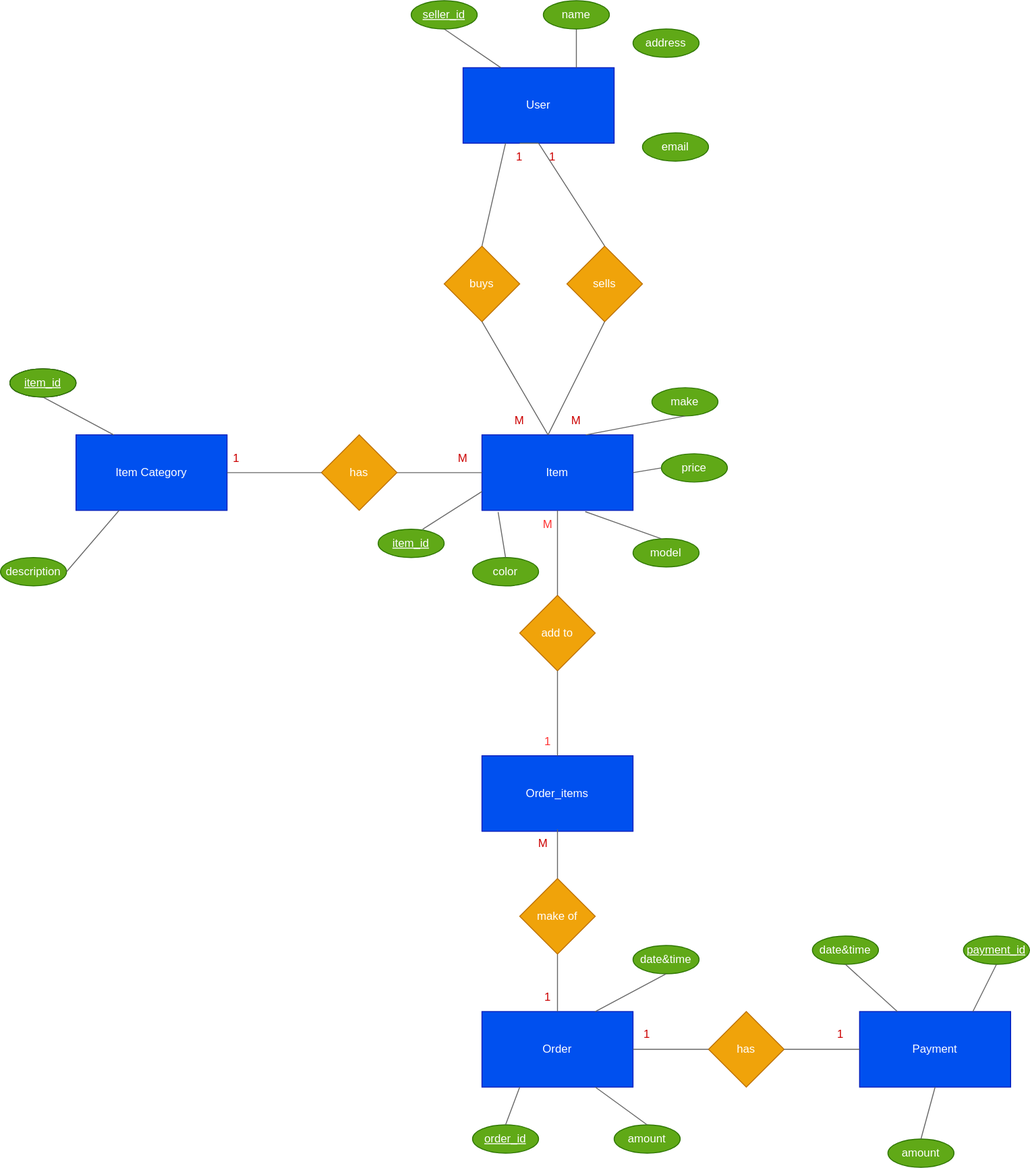
This is ER_diagram.drawio.svg from Hemakanth1/shopping-cart-system, a draw.io export, as it was before one commit. Source tidied: cells renumbered, new cells last; positions are measured from the earlier drawing's top-left corner, leaving out a move shared by most shapes.
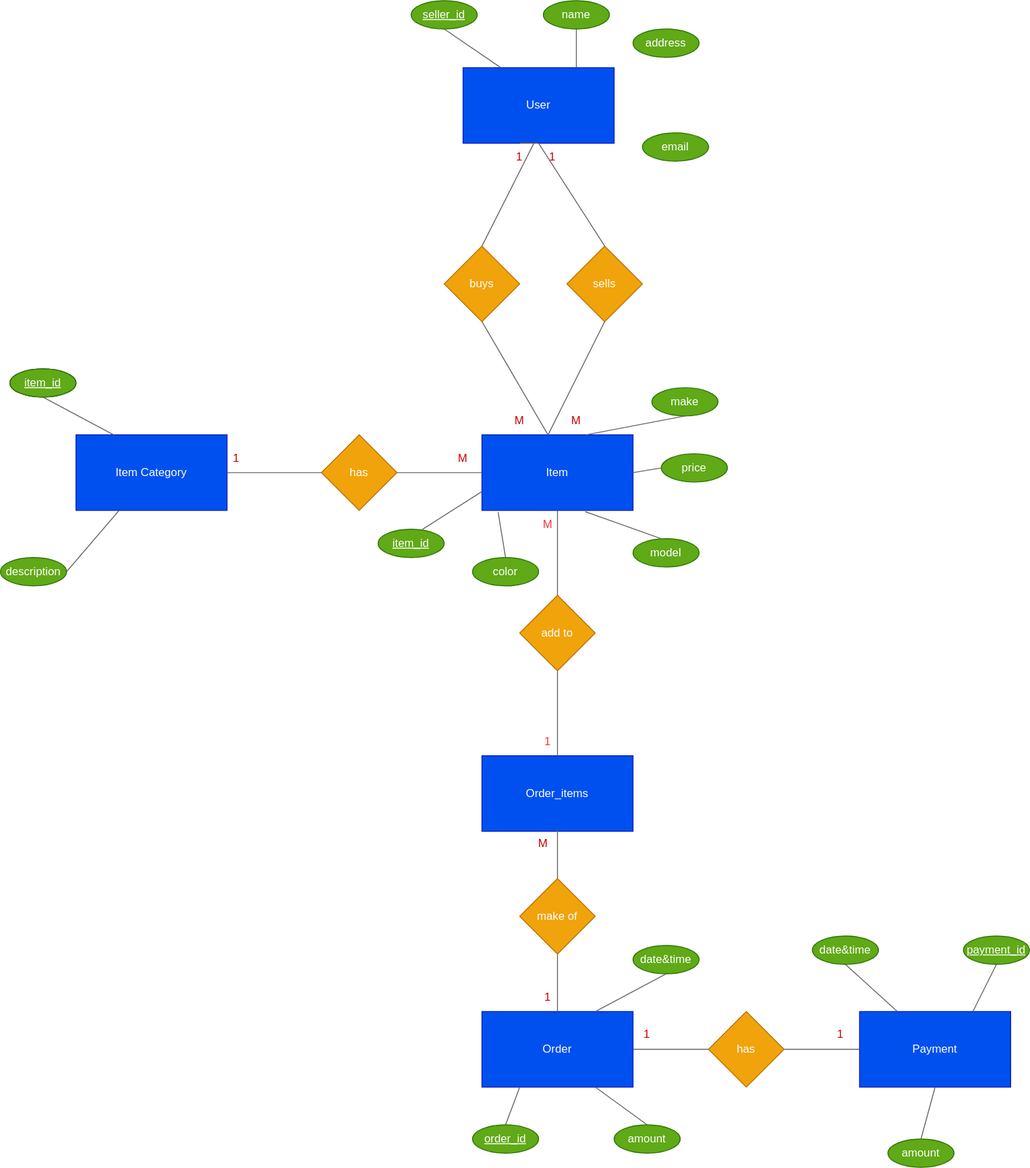
Later version of the same file.

The edit, as a diff of the source:
```diff
@@ -172,7 +172,7 @@
     <mxCell id="57" value="email" style="ellipse;whiteSpace=wrap;html=1;fontColor=#ffffff;fillColor=#60a917;strokeColor=#2D7600;" parent="1" vertex="1">
       <mxGeometry x="680" y="140" width="70" height="30" as="geometry" />
     </mxCell>
-    <mxCell id="58" style="endArrow=none;html=1;fontColor=#FFFFFF;exitX=0.25;exitY=0;exitDx=0;exitDy=0;entryX=0.5;entryY=0;entryDx=0;entryDy=0;fillColor=#f5f5f5;strokeColor=#666666;startArrow=none;" parent="1" edge="1" source="67" target="54">
+    <mxCell id="58" style="endArrow=none;html=1;fontColor=#FFFFFF;exitX=0.75;exitY=0;exitDx=0;exitDy=0;entryX=0.5;entryY=0;entryDx=0;entryDy=0;fillColor=#f5f5f5;strokeColor=#666666;startArrow=none;" parent="1" edge="1" source="67" target="54">
       <mxGeometry relative="1" as="geometry" />
     </mxCell>
     <mxCell id="59" style="endArrow=none;html=1;fontColor=#FFFFFF;exitX=0.5;exitY=1;exitDx=0;exitDy=0;entryX=0;entryY=1;entryDx=0;entryDy=0;fillColor=#f5f5f5;strokeColor=#666666;" parent="1" edge="1" source="13" target="47">
```
